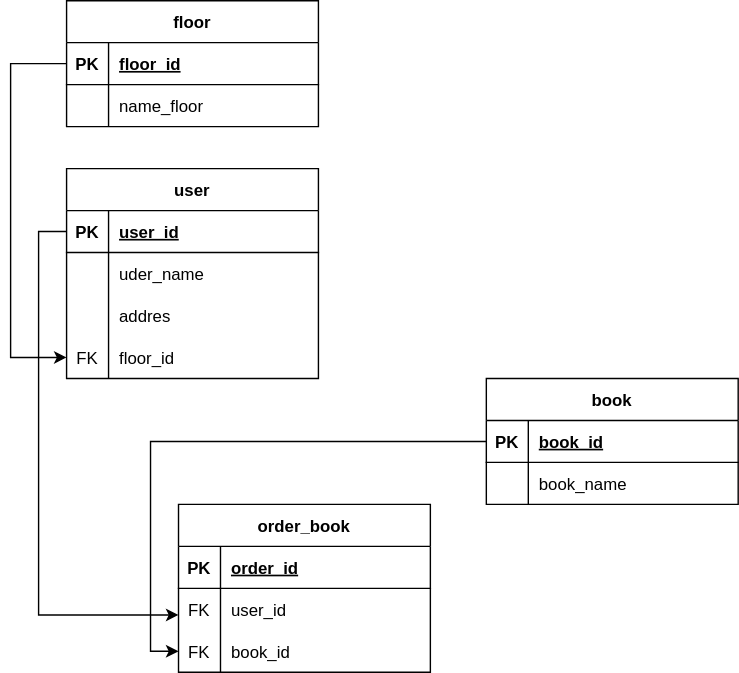
Earlier version of the draw.io export src/main/java/ru/job4j/createudateinsert/diagram/films.drawio.svg (SergeyVolko/job4j_design). Source tidied: cells renumbered, new cells last; positions are measured from the earlier drawing's top-left corner, leaving out a move shared by most shapes.
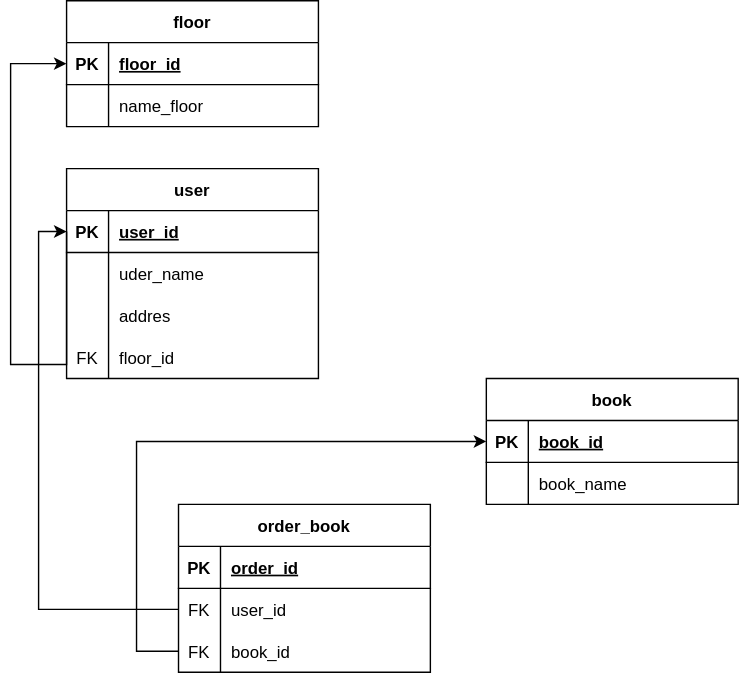
After the commit.

What changed in the source:
```diff
@@ -62,13 +62,6 @@
     <mxCell id="21" value="floor_id" style="shape=partialRectangle;fillColor=none;top=0;left=0;bottom=0;right=0;align=left;spacingLeft=6;overflow=hidden;" parent="19" vertex="1">
       <mxGeometry x="30" width="150" height="30" as="geometry" />
     </mxCell>
-    <mxCell id="22" style="edgeStyle=elbowEdgeStyle;elbow=vertical;endArrow=classic;html=1;rounded=0;exitX=0;exitY=0.5;exitDx=0;exitDy=0;entryX=0;entryY=0.5;entryDx=0;entryDy=0;" parent="1" edge="1" source="3" target="19">
-      <mxGeometry relative="1" as="geometry">
-        <Array as="points">
-          <mxPoint y="150" />
-        </Array>
-      </mxGeometry>
-    </mxCell>
     <mxCell id="23" value="book" style="shape=table;startSize=30;rowLines=0;fontStyle=1;align=center;" parent="1" vertex="1">
       <mxGeometry x="340" y="270" width="180" height="90" as="geometry" />
     </mxCell>
@@ -120,17 +113,30 @@
     <mxCell id="39" value="book_id" style="shape=partialRectangle;fillColor=none;top=0;left=0;bottom=0;right=0;align=left;spacingLeft=6;overflow=hidden;" parent="37" vertex="1">
       <mxGeometry x="30" width="150" height="30" as="geometry" />
     </mxCell>
-    <mxCell id="40" style="edgeStyle=orthogonalEdgeStyle;rounded=0;jettySize=auto;html=1;exitX=0;exitY=0.5;exitDx=0;exitDy=0;" parent="1" edge="1" source="10">
-      <mxGeometry relative="1" as="geometry">
-        <mxPoint x="120" y="439" as="targetPoint" />
-        <Array as="points">
-          <mxPoint x="20" y="165" />
-          <mxPoint x="20" y="439" />
-        </Array>
-      </mxGeometry>
-    </mxCell>
-    <mxCell id="41" style="edgeStyle=orthogonalEdgeStyle;rounded=0;jettySize=auto;html=1;exitX=0;exitY=0.5;exitDx=0;exitDy=0;entryX=0;entryY=0.5;entryDx=0;entryDy=0;" parent="1" edge="1" source="24" target="37">
-      <mxGeometry relative="1" as="geometry" />
-    </mxCell>
+    <mxCell id="42" style="edgeStyle=segmentEdgeStyle;endArrow=classic;html=1;rounded=0;entryX=0;entryY=0.5;entryDx=0;entryDy=0;exitX=0;exitY=0.5;exitDx=0;exitDy=0;" parent="1" edge="1" source="10" target="3">
+      <mxGeometry relative="1" as="geometry">
+        <Array as="points">
+          <mxPoint x="40" y="260" />
+          <mxPoint y="260" />
+          <mxPoint y="45" />
+        </Array>
+      </mxGeometry>
+    </mxCell>
+    <mxCell id="43" style="edgeStyle=segmentEdgeStyle;endArrow=classic;html=1;rounded=0;entryX=0;entryY=0.5;entryDx=0;entryDy=0;exitX=0;exitY=0.5;exitDx=0;exitDy=0;" parent="1" edge="1" source="34" target="10">
+      <mxGeometry relative="1" as="geometry">
+        <Array as="points">
+          <mxPoint x="20" y="435" />
+          <mxPoint x="20" y="165" />
+        </Array>
+      </mxGeometry>
+    </mxCell>
+    <mxCell id="44" style="edgeStyle=segmentEdgeStyle;endArrow=classic;html=1;rounded=0;exitX=0;exitY=0.5;exitDx=0;exitDy=0;entryX=0;entryY=0.5;entryDx=0;entryDy=0;" parent="1" edge="1" source="37" target="24">
+      <mxGeometry relative="1" as="geometry">
+        <Array as="points">
+          <mxPoint x="90" y="465" />
+          <mxPoint x="90" y="315" />
+        </Array>
+      </mxGeometry>
+    </mxCell>
   </root>
 </mxGraphModel>
```
